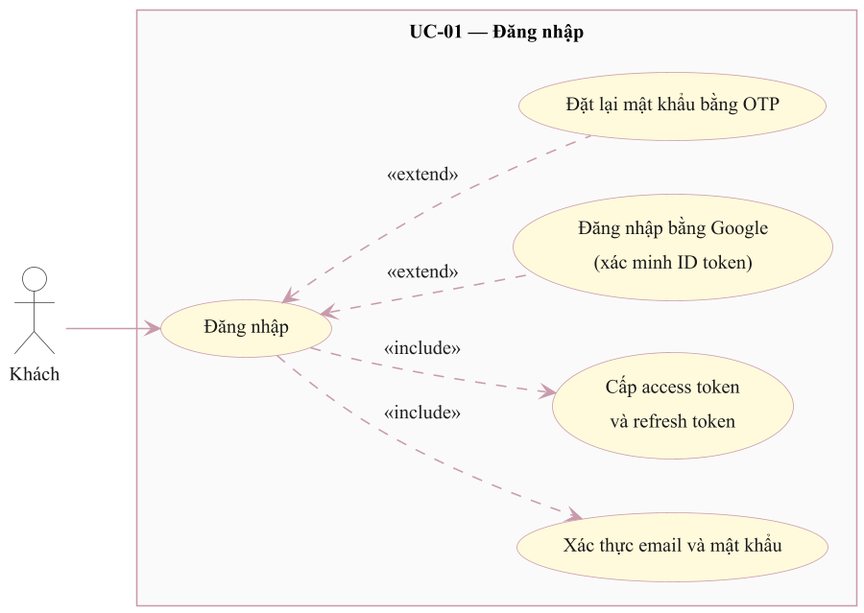
Above: bao-cao-datn/assets/hinh-2.6.png in NguyenDuc2004/QUIZ-TRIVIA (PlantUML), before the change.
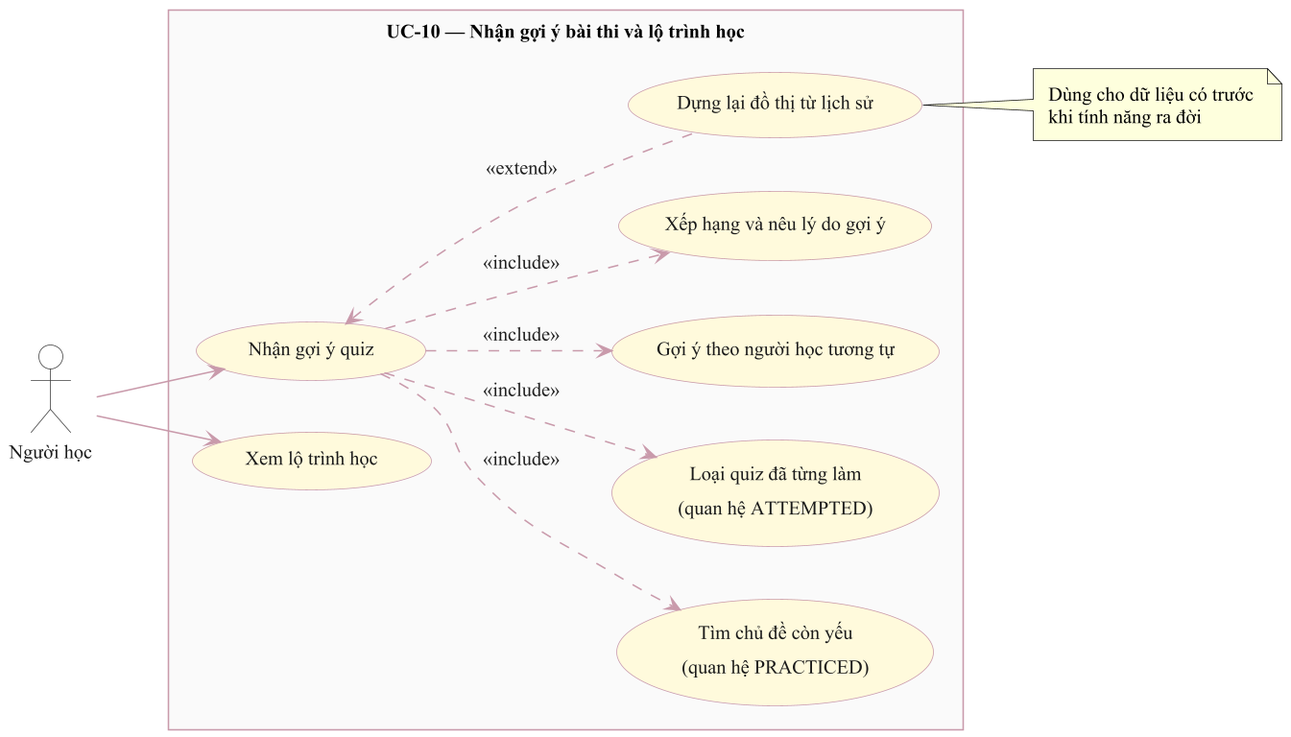
Above is the later version.

Change to the diagram source:
```diff
@@ -64,17 +64,25 @@
 }
 
 left to right direction
-actor "Khách" as G
-rectangle "UC-01 — Đăng nhập" {
-  usecase "Đăng nhập" as U1
-  usecase "Xác thực email và mật khẩu" as U2
-  usecase "Cấp access token\nvà refresh token" as U3
-  usecase "Đăng nhập bằng Google\n(xác minh ID token)" as U4
-  usecase "Đặt lại mật khẩu bằng OTP" as U5
+actor "Người học" as L
+rectangle "UC-10 — Nhận gợi ý bài thi và lộ trình học" {
+  usecase "Nhận gợi ý quiz" as U1
+  usecase "Tìm chủ đề còn yếu\n(quan hệ PRACTICED)" as U2
+  usecase "Loại quiz đã từng làm\n(quan hệ ATTEMPTED)" as U3
+  usecase "Gợi ý theo người học tương tự" as U4
+  usecase "Xếp hạng và nêu lý do gợi ý" as U5
+  usecase "Xem lộ trình học" as U6
+  usecase "Dựng lại đồ thị từ lịch sử" as U7
 }
-G --> U1
+L --> U1
+L --> U6
 U1 ..> U2 : <<include>>
 U1 ..> U3 : <<include>>
-U4 .up.> U1 : <<extend>>
-U5 .up.> U1 : <<extend>>
+U1 ..> U4 : <<include>>
+U1 ..> U5 : <<include>>
+U7 .up.> U1 : <<extend>>
+note right of U7
+  Dùng cho dữ liệu có trước
+  khi tính năng ra đời
+end note
 @enduml
```
